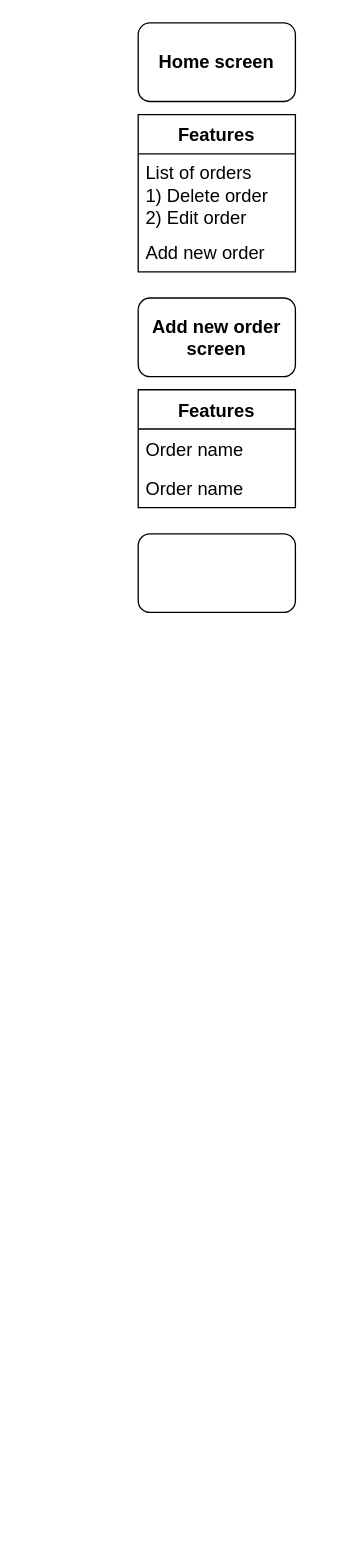
This is diagrams/typography_flow.drawio from aalystama/typography, a draw.io file, before an edit. Source tidied: cells renumbered, new cells numbered last; positions are measured from the earlier drawing's top-left corner, leaving out a move shared by most shapes. Both pictures are drawn from the tidied source at 131%, with x=0, y=0 at pixel (138, 22).
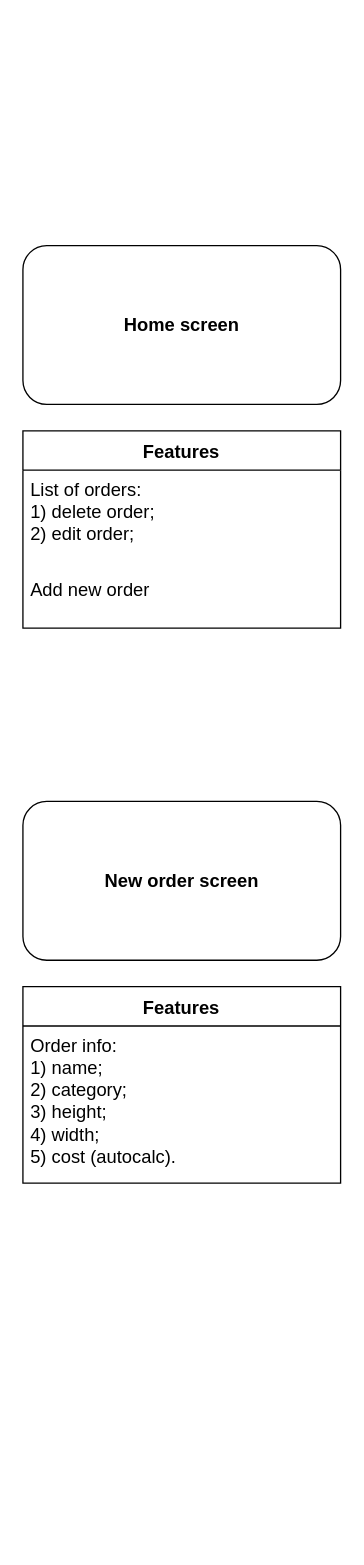
The same page after the edit.

The edit, as a diff of the source:
```diff
@@
 <mxGraphModel>
   <root>
     <mxCell id="0" />
     <mxCell id="1" parent="0" />
+    <mxCell id="11" style="group;labelBorderColor=none;labelBackgroundColor=none;fontColor=default;" parent="1" vertex="1">
+      <mxGeometry x="-88" y="170" width="242.5" height="990" as="geometry" />
+    </mxCell>
-    <mxCell id="2" value="&lt;b&gt;Home screen&lt;/b&gt;" style="rounded=1;whiteSpace=wrap;html=1;fontFamily=Helvetica;fontSize=14;" parent="1" vertex="1">
-      <mxGeometry width="120" height="60" as="geometry" />
+    <mxCell id="2" value="&lt;b&gt;Home screen&lt;/b&gt;" style="rounded=1;whiteSpace=wrap;html=1;fontFamily=Helvetica;fontSize=14;" parent="11" vertex="1">
+      <mxGeometry width="242.5" height="121.2" as="geometry" />
     </mxCell>
-    <mxCell id="3" value="Features" style="swimlane;fontStyle=1;horizontal=1;startSize=30;fontFamily=Helvetica;fontSize=14;" parent="1" vertex="1">
-      <mxGeometry y="70" width="120" height="120" as="geometry" />
+    <mxCell id="3" value="Features" style="swimlane;fontStyle=1;horizontal=1;startSize=30;fontFamily=Helvetica;fontSize=14;" parent="11" vertex="1">
+      <mxGeometry y="141.4" width="242.5" height="150.6" as="geometry" />
     </mxCell>
-    <mxCell id="4" value="List of orders&#10;1) Delete order&#10;2) Edit order&#10;" style="text;strokeColor=none;fillColor=none;align=left;verticalAlign=top;spacingLeft=4;spacingRight=4;overflow=hidden;fontFamily=Helvetica;fontSize=14;" parent="3" vertex="1">
-      <mxGeometry y="30" width="120" height="60" as="geometry" />
+    <mxCell id="4" value="List of orders:&#10;1) delete order;&#10;2) edit order;&#10;" style="text;strokeColor=none;fillColor=none;align=left;verticalAlign=top;spacingLeft=4;spacingRight=4;overflow=hidden;fontFamily=Helvetica;fontSize=14;" parent="3" vertex="1">
+      <mxGeometry y="30" width="242.5" height="60" as="geometry" />
     </mxCell>
     <mxCell id="5" value="Add new order" style="text;strokeColor=none;fillColor=none;align=left;verticalAlign=middle;spacingLeft=4;spacingRight=4;overflow=hidden;fontFamily=Helvetica;fontSize=14;" parent="3" vertex="1">
-      <mxGeometry y="90" width="120" height="30" as="geometry" />
+      <mxGeometry y="90" width="242.5" height="60.6" as="geometry" />
     </mxCell>
-    <mxCell id="6" value="Add new order screen" style="rounded=1;whiteSpace=wrap;html=1;fontFamily=Helvetica;fontSize=14;fontStyle=1;" parent="1" vertex="1">
-      <mxGeometry y="210" width="120" height="60" as="geometry" />
+    <mxCell id="6" value="New order screen" style="rounded=1;whiteSpace=wrap;html=1;fontFamily=Helvetica;fontSize=14;fontStyle=1;" parent="11" vertex="1">
+      <mxGeometry y="424.3" width="242.5" height="121.2" as="geometry" />
     </mxCell>
-    <mxCell id="7" value="Features" style="swimlane;fontStyle=1;horizontal=1;startSize=30;fontFamily=Helvetica;fontSize=14;" parent="1" vertex="1">
-      <mxGeometry y="280" width="120" height="90" as="geometry" />
+    <mxCell id="7" value="Features" style="swimlane;fontStyle=1;horizontal=1;startSize=30;fontFamily=Helvetica;fontSize=14;" parent="11" vertex="1">
+      <mxGeometry y="565.7" width="242.5" height="150" as="geometry" />
     </mxCell>
-    <mxCell id="8" value="Order name" style="text;strokeColor=none;fillColor=none;align=left;verticalAlign=middle;spacingLeft=4;spacingRight=4;overflow=hidden;fontFamily=Helvetica;fontSize=14;" parent="7" vertex="1">
-      <mxGeometry y="30" width="120" height="30" as="geometry" />
-    </mxCell>
-    <mxCell id="9" value="Order name" style="text;strokeColor=none;fillColor=none;align=left;verticalAlign=middle;spacingLeft=4;spacingRight=4;overflow=hidden;fontFamily=Helvetica;fontSize=14;" parent="7" vertex="1">
-      <mxGeometry y="60" width="120" height="30" as="geometry" />
+    <mxCell id="9" value="Order info:&#10;1) name;&#10;2) category;&#10;3) height;&#10;4) width;&#10;5) cost (autocalc).&#10;&#10;" style="text;strokeColor=none;fillColor=none;align=left;verticalAlign=top;spacingLeft=4;spacingRight=4;overflow=hidden;fontFamily=Helvetica;fontSize=14;" parent="7" vertex="1">
+      <mxGeometry y="30" width="242.5" height="120" as="geometry" />
     </mxCell>
-    <mxCell id="10" style="rounded=1;whiteSpace=wrap;html=1;fontFamily=Helvetica;fontSize=14;" parent="1" vertex="1">
-      <mxGeometry y="390" width="120" height="60" as="geometry" />
-    </mxCell>
   </root>
 </mxGraphModel>
```
